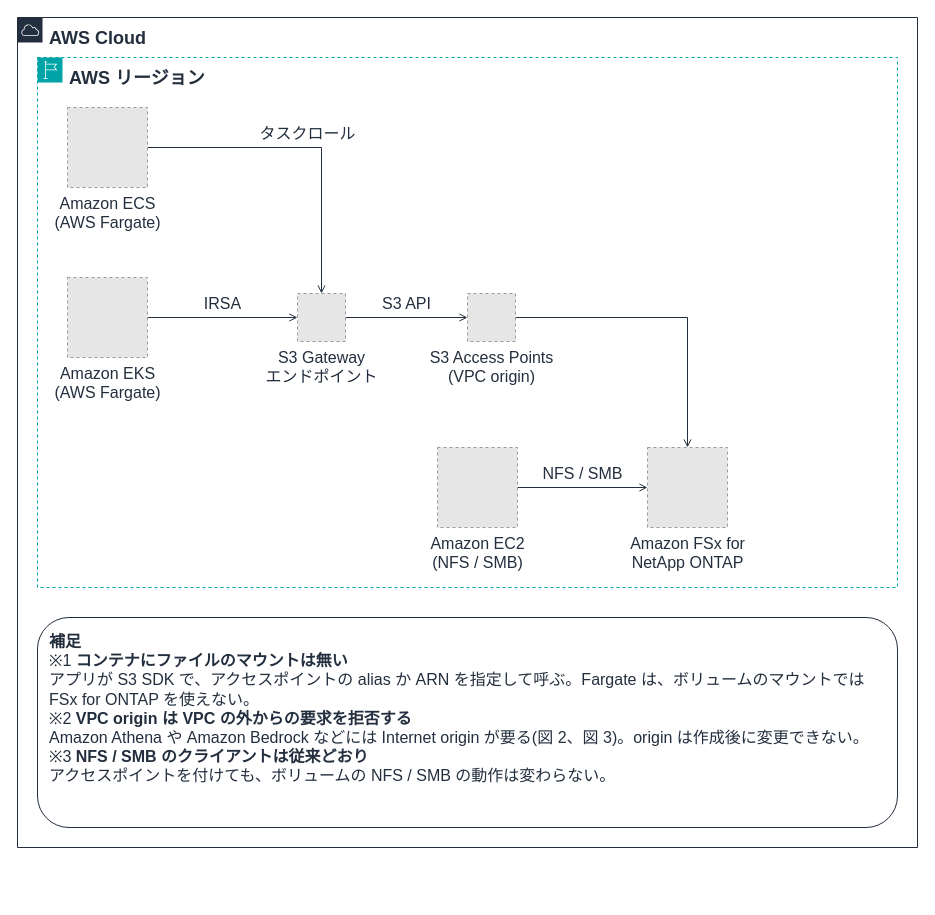
Above: docs/_assets/diagrams/s3ap-container-overview.drawio in Yoshiki0705/FSx-for-ONTAP-Container-Datastore-Patterns (draw.io), before the change. Source tidied: cells renumbered, new cells numbered last; positions are measured from the earlier drawing's top-left corner, leaving out a move shared by most shapes. Both pictures are drawn from the tidied source at 100%, with x=0, y=0 at pixel (17, 17). Pictures stored in the file or linked from it are replaced by grey dashed boxes.
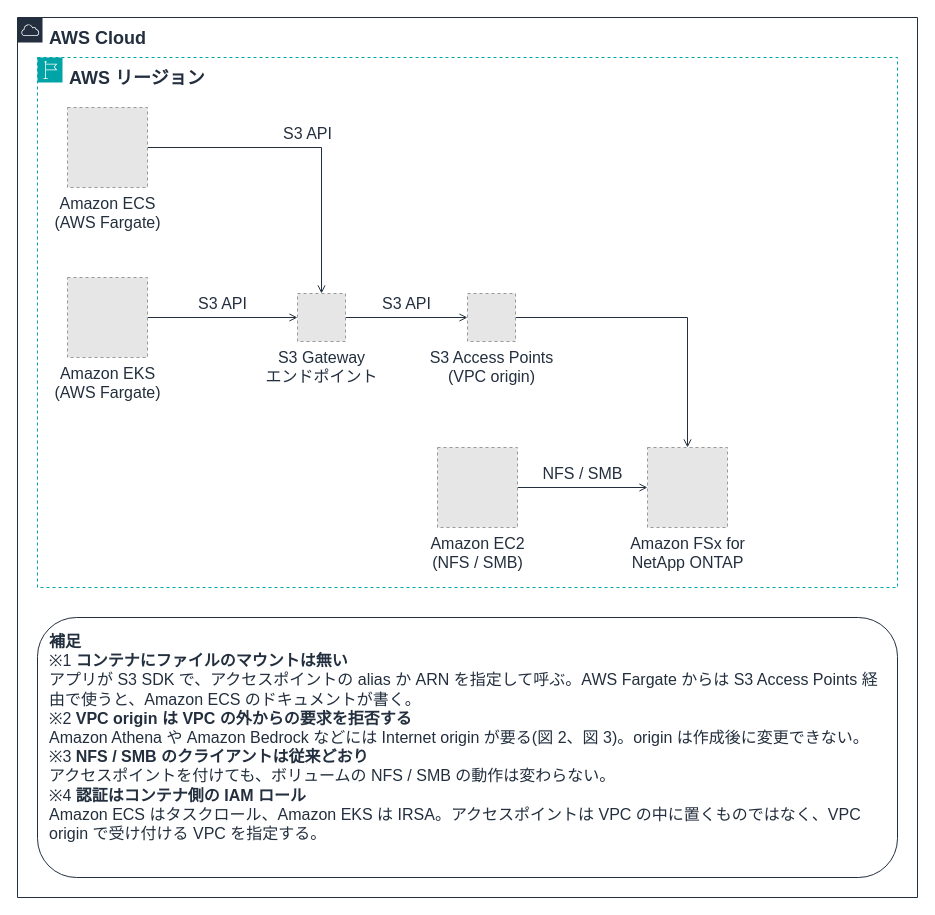
After the change.

Diff of the diagram source:
```diff
@@
 <mxGraphModel background="#FFFFFF">
   <root>
     <mxCell id="0" />
     <mxCell id="1" parent="0" />
-    <mxCell id="2" value="タスクロール" style="edgeStyle=orthogonalEdgeStyle;rounded=0;html=1;endArrow=open;endFill=0;strokeColor=#232F3E;strokeWidth=1;fontSize=16;fontColor=#232F3E;labelBackgroundColor=#FFFFFF;exitX=1.0;exitY=0.5;exitDx=0;exitDy=0;entryX=0.5;entryY=0.0;entryDx=0;entryDy=0;" parent="1" edge="1" source="10" target="12">
+    <mxCell id="2" value="S3 API" style="edgeStyle=orthogonalEdgeStyle;rounded=0;html=1;endArrow=open;endFill=0;strokeColor=#232F3E;strokeWidth=1;fontSize=16;fontColor=#232F3E;labelBackgroundColor=#FFFFFF;exitX=1.0;exitY=0.5;exitDx=0;exitDy=0;entryX=0.5;entryY=0.0;entryDx=0;entryDy=0;" parent="1" edge="1" source="10" target="12">
       <mxGeometry relative="1" as="geometry">
         <mxPoint y="-14" as="offset" />
       </mxGeometry>
     </mxCell>
-    <mxCell id="3" value="IRSA" style="edgeStyle=orthogonalEdgeStyle;rounded=0;html=1;endArrow=open;endFill=0;strokeColor=#232F3E;strokeWidth=1;fontSize=16;fontColor=#232F3E;labelBackgroundColor=#FFFFFF;exitX=1.0;exitY=0.5;exitDx=0;exitDy=0;entryX=0.0;entryY=0.5;entryDx=0;entryDy=0;" parent="1" edge="1" source="11" target="12">
+    <mxCell id="3" value="S3 API" style="edgeStyle=orthogonalEdgeStyle;rounded=0;html=1;endArrow=open;endFill=0;strokeColor=#232F3E;strokeWidth=1;fontSize=16;fontColor=#232F3E;labelBackgroundColor=#FFFFFF;exitX=1.0;exitY=0.5;exitDx=0;exitDy=0;entryX=0.0;entryY=0.5;entryDx=0;entryDy=0;" parent="1" edge="1" source="11" target="12">
       <mxGeometry relative="1" as="geometry">
         <mxPoint y="-14" as="offset" />
       </mxGeometry>
     </mxCell>
     <mxCell id="4" value="S3 API" style="edgeStyle=orthogonalEdgeStyle;rounded=0;html=1;endArrow=open;endFill=0;strokeColor=#232F3E;strokeWidth=1;fontSize=16;fontColor=#232F3E;labelBackgroundColor=#FFFFFF;exitX=1.0;exitY=0.5;exitDx=0;exitDy=0;entryX=0.0;entryY=0.5;entryDx=0;entryDy=0;" parent="1" edge="1" source="12" target="13">
       <mxGeometry relative="1" as="geometry">
         <mxPoint y="-14" as="offset" />
       </mxGeometry>
     </mxCell>
     <mxCell id="5" style="edgeStyle=orthogonalEdgeStyle;rounded=0;html=1;endArrow=open;endFill=0;strokeColor=#232F3E;strokeWidth=1;fontSize=16;fontColor=#232F3E;labelBackgroundColor=#FFFFFF;exitX=1.0;exitY=0.5;exitDx=0;exitDy=0;entryX=0.5;entryY=0.0;entryDx=0;entryDy=0;" parent="1" edge="1" source="13" target="14">
       <mxGeometry relative="1" as="geometry" />
     </mxCell>
     <mxCell id="6" value="NFS / SMB" style="edgeStyle=orthogonalEdgeStyle;rounded=0;html=1;endArrow=open;endFill=0;strokeColor=#232F3E;strokeWidth=1;fontSize=16;fontColor=#232F3E;labelBackgroundColor=#FFFFFF;exitX=1.0;exitY=0.5;exitDx=0;exitDy=0;entryX=0.0;entryY=0.5;entryDx=0;entryDy=0;" parent="1" edge="1" source="15" target="14">
       <mxGeometry relative="1" as="geometry">
         <mxPoint y="-14" as="offset" />
       </mxGeometry>
     </mxCell>
     <mxCell id="7" value="AWS Cloud" style="gradientColor=none;html=1;whiteSpace=wrap;fontSize=18;fontStyle=1;fontColor=#232F3E;shape=mxgraph.aws4.group;grIcon=mxgraph.aws4.group_aws_cloud;strokeColor=#232F3E;fillColor=none;verticalAlign=top;align=left;spacingLeft=30;spacingTop=4;dashed=0;labelBackgroundColor=#FFFFFF;" parent="1" vertex="1">
-      <mxGeometry width="900" height="830" as="geometry" />
+      <mxGeometry width="900" height="880" as="geometry" />
     </mxCell>
     <mxCell id="8" value="AWS リージョン" style="gradientColor=none;html=1;whiteSpace=wrap;fontSize=18;fontStyle=1;fontColor=#232F3E;shape=mxgraph.aws4.group;grIcon=mxgraph.aws4.group_region;strokeColor=#00A4A6;fillColor=none;verticalAlign=top;align=left;spacingLeft=30;spacingTop=4;dashed=1;labelBackgroundColor=#FFFFFF;" parent="1" vertex="1">
       <mxGeometry x="20" y="40" width="860" height="530" as="geometry" />
     </mxCell>
-    <mxCell id="9" value="&lt;b&gt;補足&lt;/b&gt;&lt;br&gt;※1 &lt;b&gt;コンテナにファイルのマウントは無い&lt;/b&gt;&lt;br&gt;アプリが S3 SDK で、アクセスポイントの alias か ARN を指定して呼ぶ。Fargate は、ボリュームのマウントでは FSx for ONTAP を使えない。&lt;br&gt;※2 &lt;b&gt;VPC origin は VPC の外からの要求を拒否する&lt;/b&gt;&lt;br&gt;Amazon Athena や Amazon Bedrock などには Internet origin が要る(図 2、図 3)。origin は作成後に変更できない。&lt;br&gt;※3 &lt;b&gt;NFS / SMB のクライアントは従来どおり&lt;/b&gt;&lt;br&gt;アクセスポイントを付けても、ボリュームの NFS / SMB の動作は変わらない。" style="rounded=1;whiteSpace=wrap;html=1;strokeColor=#232F3E;fillColor=none;fontColor=#232F3E;fontSize=16;verticalAlign=top;align=left;spacingLeft=10;spacingRight=10;spacingTop=8;" parent="1" vertex="1">
-      <mxGeometry x="20" y="600" width="860" height="210" as="geometry" />
+    <mxCell id="9" value="&lt;b&gt;補足&lt;/b&gt;&lt;br&gt;※1 &lt;b&gt;コンテナにファイルのマウントは無い&lt;/b&gt;&lt;br&gt;アプリが S3 SDK で、アクセスポイントの alias か ARN を指定して呼ぶ。AWS Fargate からは S3 Access Points 経由で使うと、Amazon ECS のドキュメントが書く。&lt;br&gt;※2 &lt;b&gt;VPC origin は VPC の外からの要求を拒否する&lt;/b&gt;&lt;br&gt;Amazon Athena や Amazon Bedrock などには Internet origin が要る(図 2、図 3)。origin は作成後に変更できない。&lt;br&gt;※3 &lt;b&gt;NFS / SMB のクライアントは従来どおり&lt;/b&gt;&lt;br&gt;アクセスポイントを付けても、ボリュームの NFS / SMB の動作は変わらない。&lt;br&gt;※4 &lt;b&gt;認証はコンテナ側の IAM ロール&lt;/b&gt;&lt;br&gt;Amazon ECS はタスクロール、Amazon EKS は IRSA。アクセスポイントは VPC の中に置くものではなく、VPC origin で受け付ける VPC を指定する。" style="rounded=1;whiteSpace=wrap;html=1;strokeColor=#232F3E;fillColor=none;fontColor=#232F3E;fontSize=16;verticalAlign=top;align=left;spacingLeft=10;spacingRight=10;spacingTop=8;" parent="1" vertex="1">
+      <mxGeometry x="20" y="600" width="860" height="260" as="geometry" />
     </mxCell>
     <mxCell id="10" value="Amazon ECS&lt;br&gt;(AWS Fargate)" style="fillColor=#E6E6E6;strokeColor=#999999;dashed=1;html=1;verticalLabelPosition=bottom;verticalAlign=top;labelPosition=center;align=center;fontSize=16;fontColor=#232F3E;" parent="1" vertex="1">
       <mxGeometry x="50" y="90" width="80" height="80" as="geometry" />
     </mxCell>
     <mxCell id="11" value="Amazon EKS&lt;br&gt;(AWS Fargate)" style="fillColor=#E6E6E6;strokeColor=#999999;dashed=1;html=1;verticalLabelPosition=bottom;verticalAlign=top;labelPosition=center;align=center;fontSize=16;fontColor=#232F3E;" parent="1" vertex="1">
       <mxGeometry x="50" y="260" width="80" height="80" as="geometry" />
     </mxCell>
     <mxCell id="12" value="S3 Gateway&lt;br&gt;エンドポイント" style="fillColor=#E6E6E6;strokeColor=#999999;dashed=1;html=1;verticalLabelPosition=bottom;verticalAlign=top;labelPosition=center;align=center;fontSize=16;fontColor=#232F3E;" parent="1" vertex="1">
       <mxGeometry x="280" y="276" width="48" height="48" as="geometry" />
     </mxCell>
     <mxCell id="13" value="S3 Access Points&lt;br&gt;(VPC origin)" style="fillColor=#E6E6E6;strokeColor=#999999;dashed=1;html=1;verticalLabelPosition=bottom;verticalAlign=top;labelPosition=center;align=center;fontSize=16;fontColor=#232F3E;" parent="1" vertex="1">
       <mxGeometry x="450" y="276" width="48" height="48" as="geometry" />
     </mxCell>
     <mxCell id="14" value="Amazon FSx for&lt;br&gt;NetApp ONTAP" style="fillColor=#E6E6E6;strokeColor=#999999;dashed=1;html=1;verticalLabelPosition=bottom;verticalAlign=top;labelPosition=center;align=center;fontSize=16;fontColor=#232F3E;" parent="1" vertex="1">
       <mxGeometry x="630" y="430" width="80" height="80" as="geometry" />
     </mxCell>
     <mxCell id="15" value="Amazon EC2&lt;br&gt;(NFS / SMB)" style="fillColor=#E6E6E6;strokeColor=#999999;dashed=1;html=1;verticalLabelPosition=bottom;verticalAlign=top;labelPosition=center;align=center;fontSize=16;fontColor=#232F3E;" parent="1" vertex="1">
       <mxGeometry x="420" y="430" width="80" height="80" as="geometry" />
     </mxCell>
   </root>
 </mxGraphModel>
```
